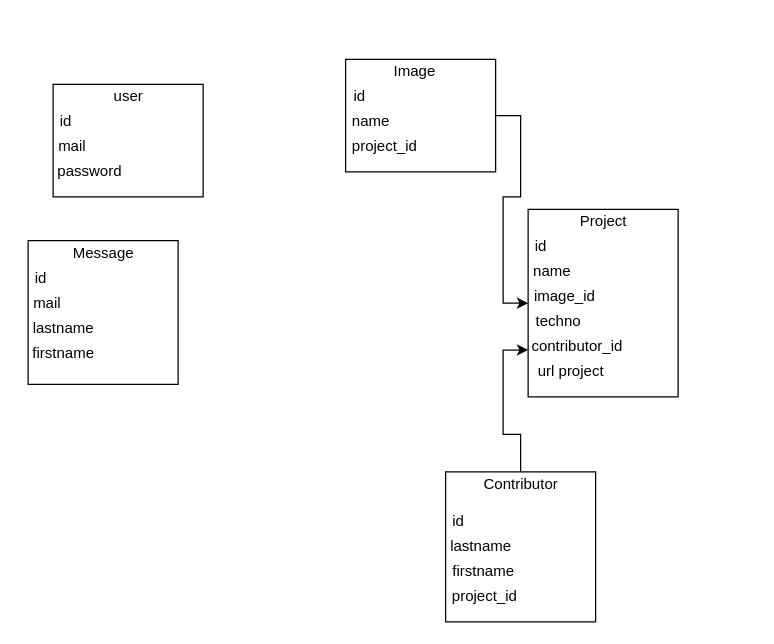
Before: draw.drawio in Valentin-int/Portfolio, a draw.io diagram. Source tidied: cells renumbered, new cells numbered last; positions are measured from the earlier drawing's top-left corner, leaving out a move shared by most shapes. Both pictures are drawn from the tidied source at 125%, with x=0, y=0 at pixel (21, 59).
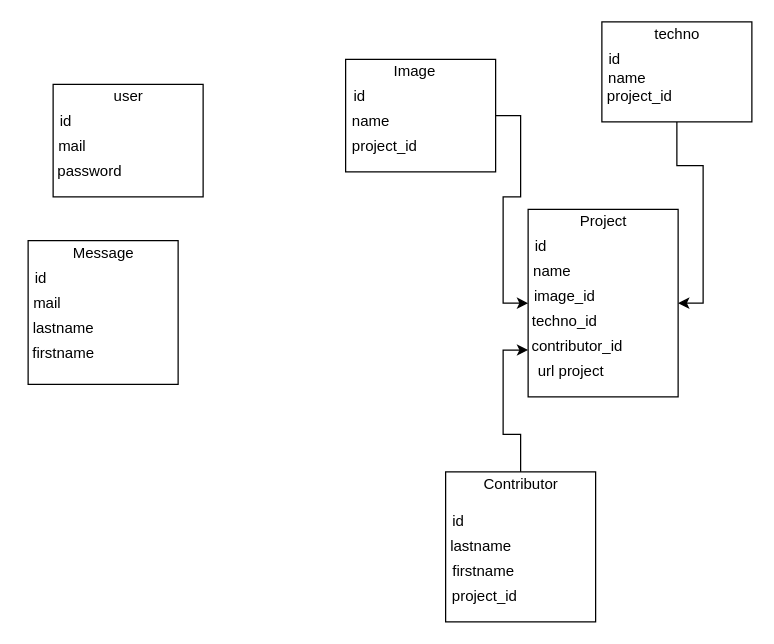
The same page after the edit.

Unchanged cells that the change refers to:
```xml
<mxCell id="7" style="whiteSpace=wrap;html=1;" parent="1" vertex="1">
  <mxGeometry x="405" y="120" width="120" height="150" as="geometry" />
</mxCell>
```

Change to the diagram source:
```diff
@@
-    <mxCell id="18" value="techno" style="text;html=1;align=center;verticalAlign=middle;fillColor=none;strokeColor=none;rounded=0;" parent="1" vertex="1">
-      <mxGeometry x="404" y="200" width="50" height="20" as="geometry" />
+    <mxCell id="18" value="techno_id" style="text;html=1;align=center;verticalAlign=middle;fillColor=none;strokeColor=none;rounded=0;" parent="1" vertex="1">
+      <mxGeometry x="399" y="200" width="70" height="20" as="geometry" />
     </mxCell>
@@
+    <mxCell id="34" style="edgeStyle=orthogonalEdgeStyle;rounded=0;jettySize=auto;html=1;entryX=1;entryY=0.5;entryDx=0;entryDy=0;" parent="1" edge="1" source="35" target="7">
+      <mxGeometry relative="1" as="geometry" />
+    </mxCell>
+    <mxCell id="35" style="whiteSpace=wrap;html=1;" parent="1" vertex="1">
+      <mxGeometry x="464" y="-30" width="120" height="80" as="geometry" />
+    </mxCell>
+    <mxCell id="36" value="techno" style="text;html=1;align=center;verticalAlign=middle;fillColor=none;strokeColor=none;rounded=0;" parent="1" vertex="1">
+      <mxGeometry x="499" y="-30" width="50" height="20" as="geometry" />
+    </mxCell>
+    <mxCell id="37" value="name" style="text;html=1;align=center;verticalAlign=middle;fillColor=none;strokeColor=none;rounded=0;" parent="1" vertex="1">
+      <mxGeometry x="459" y="5" width="50" height="20" as="geometry" />
+    </mxCell>
+    <mxCell id="38" value="id" style="text;html=1;align=center;verticalAlign=middle;fillColor=none;strokeColor=none;rounded=0;" parent="1" vertex="1">
+      <mxGeometry x="464" y="-10" width="20" height="20" as="geometry" />
+    </mxCell>
+    <mxCell id="39" value="project_id" style="text;html=1;align=center;verticalAlign=middle;fillColor=none;strokeColor=none;rounded=0;" parent="1" vertex="1">
+      <mxGeometry x="459" y="20" width="70" height="20" as="geometry" />
+    </mxCell>
```
